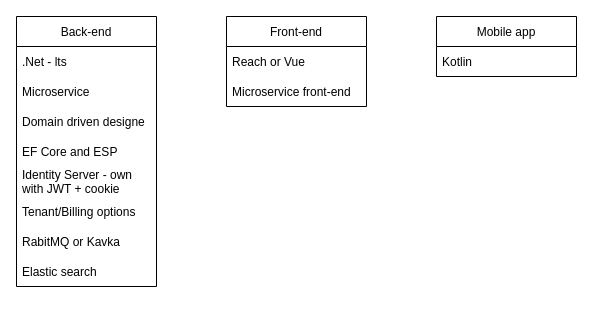
Earlier version of the draw.io diagram Documents/Payment_diagram.drawio (Turnikman88/Haron). Source tidied: cells renumbered, new cells numbered last; positions are measured from the earlier drawing's top-left corner, leaving out a move shared by most shapes. Both pictures are drawn from the tidied source at 100%, with x=0, y=0 at pixel (16, 16).
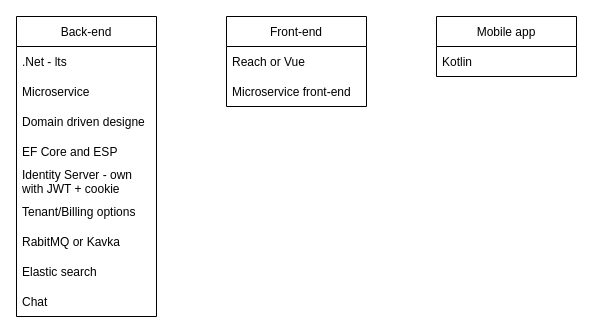
The same page after the edit.

Diff of the diagram source:
```diff
@@
 <mxGraphModel>
   <root>
     <mxCell id="0" />
     <mxCell id="1" parent="0" />
     <mxCell id="2" value="Back-end" style="swimlane;fontStyle=0;horizontal=1;startSize=30;" parent="1" vertex="1">
-      <mxGeometry width="140" height="270" as="geometry" />
+      <mxGeometry width="140" height="300" as="geometry" />
     </mxCell>
     <mxCell id="3" value=".Net - lts" style="text;strokeColor=none;fillColor=none;align=left;verticalAlign=middle;spacingLeft=4;spacingRight=4;overflow=hidden;" parent="2" vertex="1">
       <mxGeometry y="30" width="140" height="30" as="geometry" />
     </mxCell>
     <mxCell id="4" value="Microservice" style="text;strokeColor=none;fillColor=none;align=left;verticalAlign=middle;spacingLeft=4;spacingRight=4;overflow=hidden;" parent="2" vertex="1">
       <mxGeometry y="60" width="140" height="30" as="geometry" />
     </mxCell>
     <mxCell id="5" value="Domain driven designe" style="text;strokeColor=none;fillColor=none;align=left;verticalAlign=middle;spacingLeft=4;spacingRight=4;overflow=hidden;" parent="2" vertex="1">
       <mxGeometry y="90" width="140" height="30" as="geometry" />
     </mxCell>
     <mxCell id="6" value="EF Core and ESP" style="text;strokeColor=none;fillColor=none;align=left;verticalAlign=middle;spacingLeft=4;spacingRight=4;overflow=hidden;" parent="2" vertex="1">
       <mxGeometry y="120" width="140" height="30" as="geometry" />
     </mxCell>
     <mxCell id="7" value="Identity Server - own&#10;with JWT + cookie" style="text;strokeColor=none;fillColor=none;align=left;verticalAlign=middle;spacingLeft=4;spacingRight=4;overflow=hidden;" parent="2" vertex="1">
       <mxGeometry y="150" width="140" height="30" as="geometry" />
     </mxCell>
     <mxCell id="8" value="Tenant/Billing options" style="text;strokeColor=none;fillColor=none;align=left;verticalAlign=middle;spacingLeft=4;spacingRight=4;overflow=hidden;" parent="2" vertex="1">
       <mxGeometry y="180" width="140" height="30" as="geometry" />
     </mxCell>
     <mxCell id="9" value="RabitMQ or Kavka" style="text;strokeColor=none;fillColor=none;align=left;verticalAlign=middle;spacingLeft=4;spacingRight=4;overflow=hidden;" parent="2" vertex="1">
       <mxGeometry y="210" width="140" height="30" as="geometry" />
     </mxCell>
     <mxCell id="10" value="Elastic search" style="text;strokeColor=none;fillColor=none;align=left;verticalAlign=middle;spacingLeft=4;spacingRight=4;overflow=hidden;" parent="2" vertex="1">
       <mxGeometry y="240" width="140" height="30" as="geometry" />
     </mxCell>
+    <mxCell id="16" value="Chat" style="text;strokeColor=none;fillColor=none;align=left;verticalAlign=middle;spacingLeft=4;spacingRight=4;overflow=hidden;" parent="2" vertex="1">
+      <mxGeometry y="270" width="140" height="30" as="geometry" />
+    </mxCell>
     <mxCell id="11" value="Front-end" style="swimlane;fontStyle=0;horizontal=1;startSize=30;" parent="1" vertex="1">
       <mxGeometry x="210" width="140" height="90" as="geometry" />
     </mxCell>
     <mxCell id="12" value="Reach or Vue" style="text;strokeColor=none;fillColor=none;align=left;verticalAlign=middle;spacingLeft=4;spacingRight=4;overflow=hidden;" parent="11" vertex="1">
       <mxGeometry y="30" width="140" height="30" as="geometry" />
     </mxCell>
     <mxCell id="13" value="Microservice front-end" style="text;strokeColor=none;fillColor=none;align=left;verticalAlign=middle;spacingLeft=4;spacingRight=4;overflow=hidden;" parent="11" vertex="1">
       <mxGeometry y="60" width="140" height="30" as="geometry" />
     </mxCell>
     <mxCell id="14" value="Mobile app" style="swimlane;fontStyle=0;horizontal=1;startSize=30;" parent="1" vertex="1">
       <mxGeometry x="420" width="140" height="60" as="geometry" />
     </mxCell>
     <mxCell id="15" value="Kotlin" style="text;strokeColor=none;fillColor=none;align=left;verticalAlign=middle;spacingLeft=4;spacingRight=4;overflow=hidden;" parent="14" vertex="1">
       <mxGeometry y="30" width="140" height="30" as="geometry" />
     </mxCell>
   </root>
 </mxGraphModel>
```
